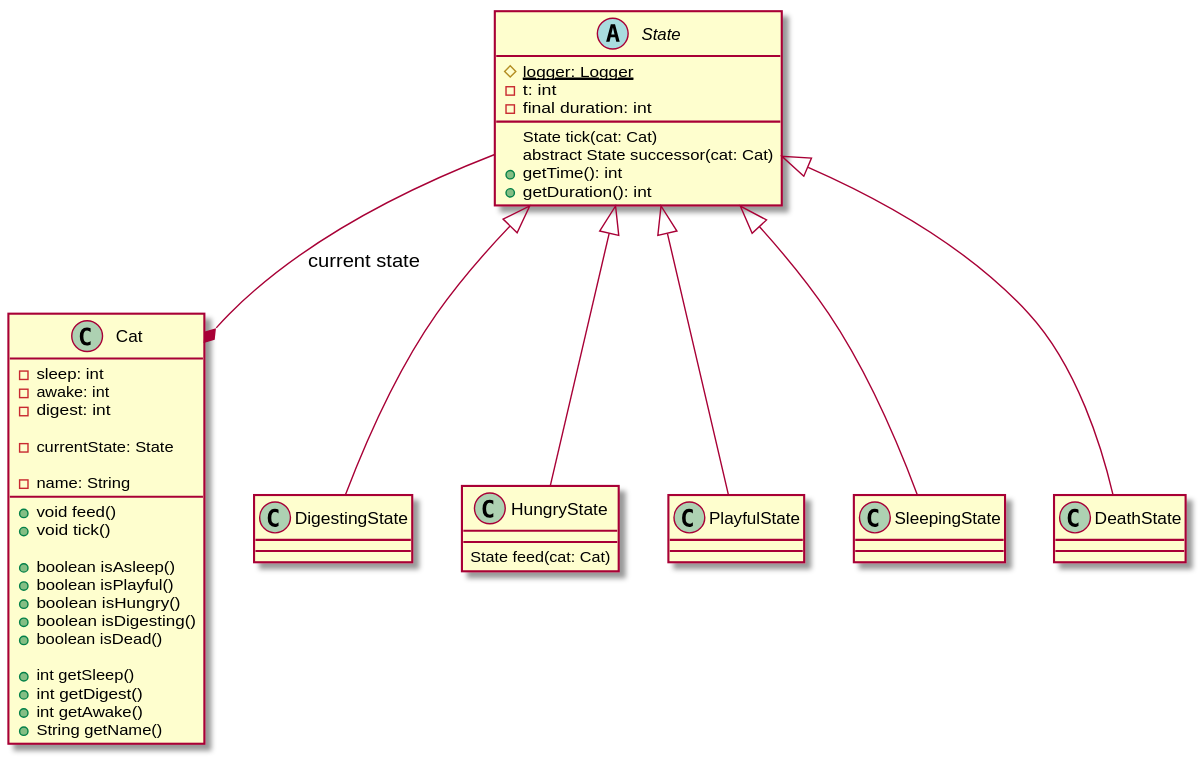
Above: assets/class-spec.svg in stellamoR/03-inheritance (PlantUML), before the change.
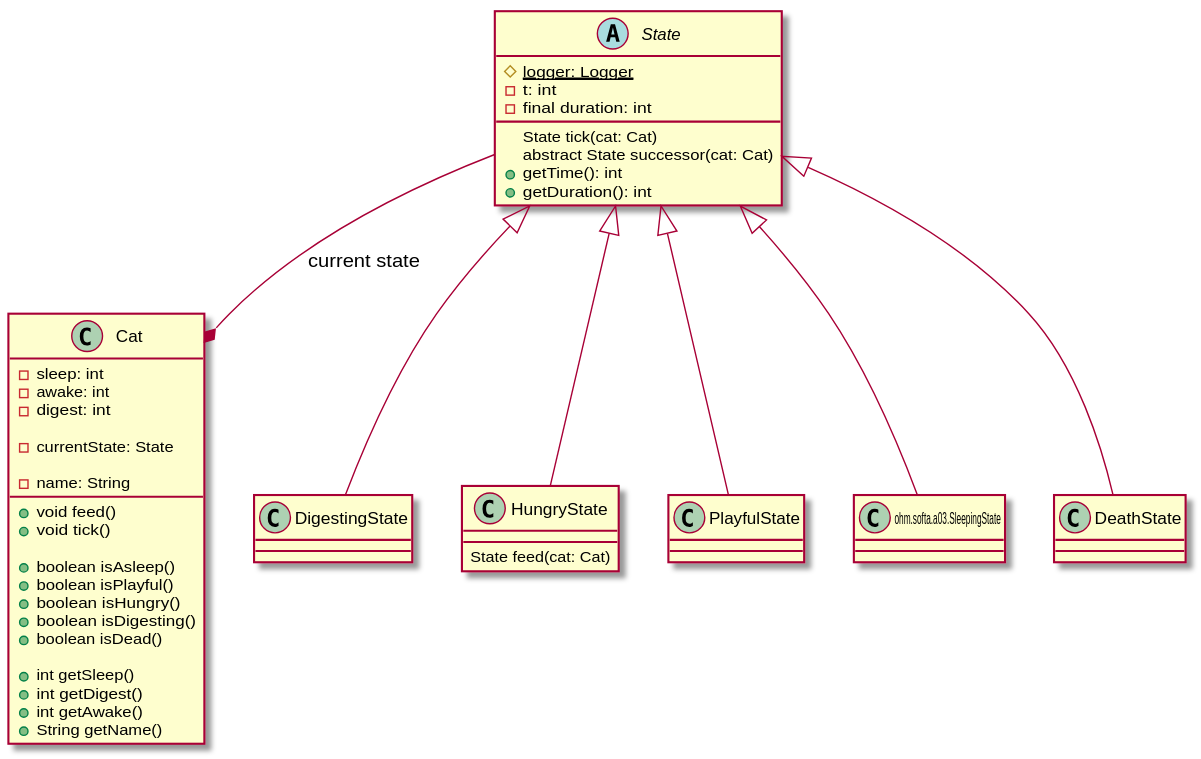
The same diagram one commit later.

The edit, as a diff of the source:
```diff
@@ -44,7 +44,7 @@
 class PlayfulState extends State {
 }
 
-class SleepingState extends State {
+class ohm.softa.a03.SleepingState extends State {
 }
 
 class DeathState extends State {
```
